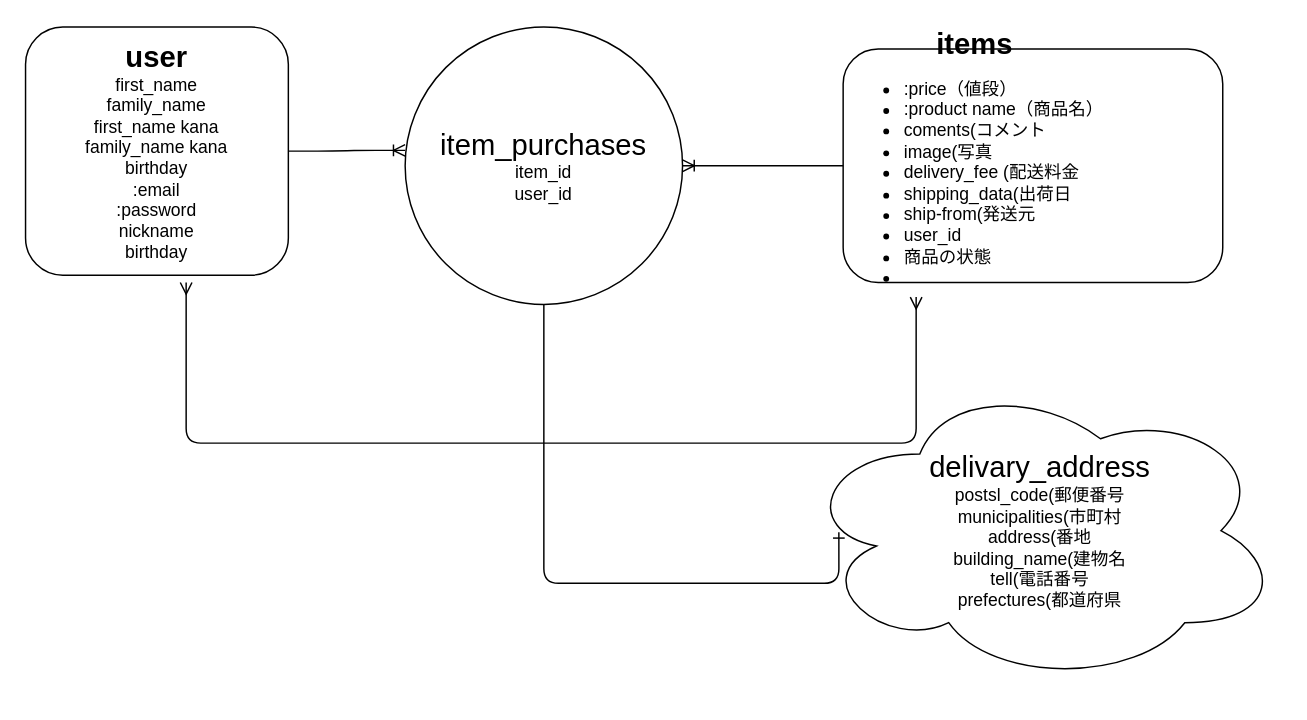
This is ER.drawio from tosihisamitunaga/furima_28378, a draw.io file, before an edit. Source tidied: cells renumbered, new cells numbered last; positions are measured from the earlier drawing's top-left corner, leaving out a move shared by most shapes. Both pictures are drawn from the tidied source at 146%, with x=0, y=0 at pixel (25, 26).
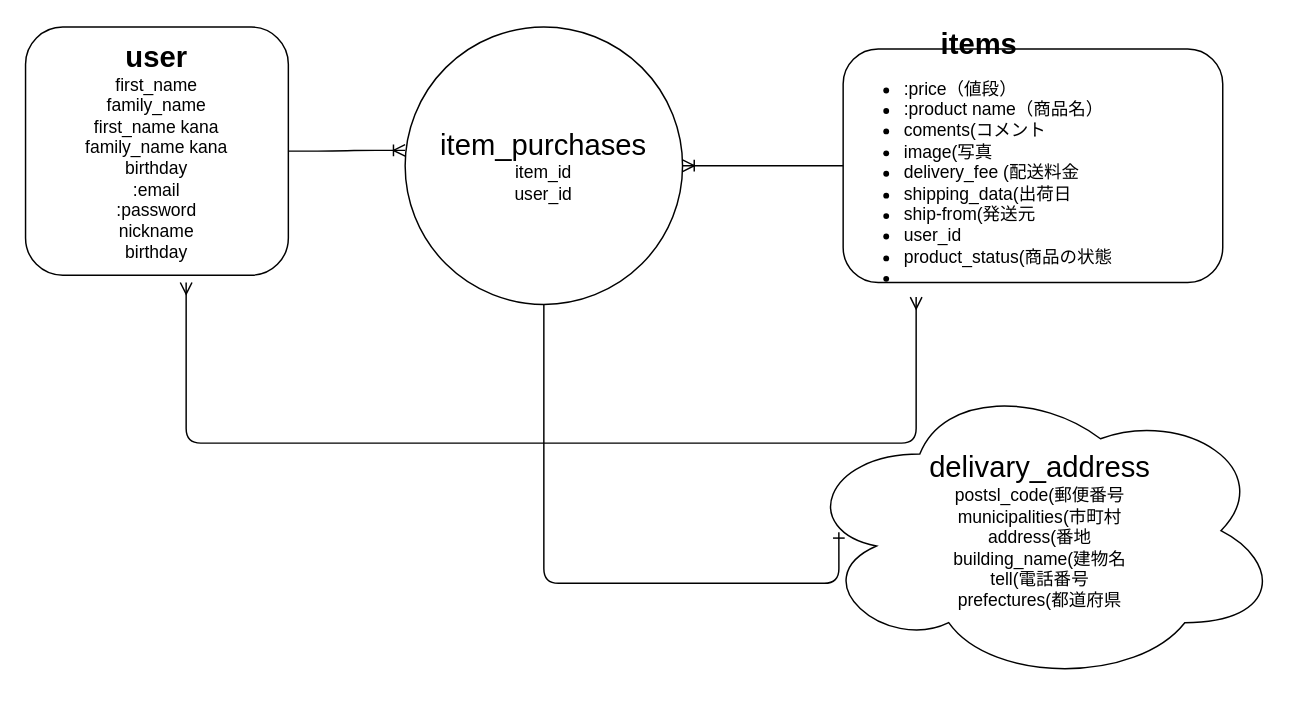
Above is the later version.

Diff of the diagram source:
```diff
@@
 <mxGraphModel>
   <root>
     <mxCell id="0" />
     <mxCell id="1" parent="0" />
     <mxCell id="2" value="&lt;b style=&quot;font-size: 20px&quot;&gt;user&lt;br&gt;&lt;/b&gt;first_name&lt;br&gt;family_name&lt;br&gt;first_name kana&lt;br&gt;family_name kana&lt;br&gt;birthday&lt;br&gt;:email&lt;br&gt;:password&lt;br&gt;nickname&lt;br&gt;birthday" style="rounded=1;whiteSpace=wrap;html=1;" parent="1" vertex="1">
       <mxGeometry width="180" height="170" as="geometry" />
     </mxCell>
     <mxCell id="3" value="&lt;span&gt;&lt;br&gt;&lt;br&gt;&lt;br&gt;&lt;br&gt;&lt;font style=&quot;font-size: 20px&quot;&gt;delivary_address&lt;/font&gt;&lt;br&gt;postsl_code(郵便番号&lt;br&gt;municipalities(市町村&lt;br&gt;address(番地&lt;br&gt;building_name(建物名&lt;br&gt;tell(電話番号&lt;br&gt;prefectures(都道府県&lt;br&gt;&lt;br&gt;&lt;br&gt;&lt;br&gt;&lt;br&gt;&lt;/span&gt;" style="ellipse;shape=cloud;whiteSpace=wrap;html=1;" parent="1" vertex="1">
       <mxGeometry x="530" y="240" width="330" height="210" as="geometry" />
     </mxCell>
-    <mxCell id="4" value="&lt;div style=&quot;text-align: center&quot;&gt;&lt;b&gt;&lt;font style=&quot;font-size: 20px&quot;&gt;items&lt;/font&gt;&lt;/b&gt;&lt;/div&gt;&lt;ul&gt;&lt;li&gt;:price（値段）&lt;/li&gt;&lt;li&gt;:product name（商品名）&lt;/li&gt;&lt;li&gt;coments(コメント&lt;/li&gt;&lt;li&gt;image(写真&lt;/li&gt;&lt;li&gt;delivery_fee (配送料金&lt;/li&gt;&lt;li&gt;shipping_data(出荷日&lt;/li&gt;&lt;li&gt;ship-from(発送元&lt;/li&gt;&lt;li&gt;user_id&lt;/li&gt;&lt;li&gt;商品の状態&lt;/li&gt;&lt;li&gt;&lt;br&gt;&lt;/li&gt;&lt;/ul&gt;" style="rounded=1;whiteSpace=wrap;html=1;align=left;" parent="1" vertex="1">
+    <mxCell id="4" value="&lt;div style=&quot;text-align: center&quot;&gt;&lt;b&gt;&lt;font style=&quot;font-size: 20px&quot;&gt;items&lt;/font&gt;&lt;/b&gt;&lt;/div&gt;&lt;ul&gt;&lt;li&gt;:price（値段）&lt;/li&gt;&lt;li&gt;:product name（商品名）&lt;/li&gt;&lt;li&gt;coments(コメント&lt;/li&gt;&lt;li&gt;image(写真&lt;/li&gt;&lt;li&gt;delivery_fee (配送料金&lt;/li&gt;&lt;li&gt;shipping_data(出荷日&lt;/li&gt;&lt;li&gt;ship-from(発送元&lt;/li&gt;&lt;li&gt;user_id&lt;/li&gt;&lt;li&gt;product_status(商品の状態&lt;/li&gt;&lt;li&gt;&lt;br&gt;&lt;/li&gt;&lt;/ul&gt;" style="rounded=1;whiteSpace=wrap;html=1;align=left;" parent="1" vertex="1">
       <mxGeometry x="560" y="15" width="260" height="160" as="geometry" />
     </mxCell>
     <mxCell id="5" value="&lt;font style=&quot;font-size: 20px&quot;&gt;item_purchases&lt;/font&gt;&lt;br&gt;item_id&lt;br&gt;user_id" style="ellipse;whiteSpace=wrap;html=1;align=center;" parent="1" vertex="1">
       <mxGeometry x="260" width="190" height="190" as="geometry" />
     </mxCell>
     <mxCell id="6" style="fontSize=12;html=1;endArrow=ERoneToMany;" parent="1" edge="1" source="4">
       <mxGeometry relative="1" as="geometry">
         <mxPoint x="450" y="95" as="targetPoint" />
       </mxGeometry>
     </mxCell>
     <mxCell id="7" style="edgeStyle=entityRelationEdgeStyle;fontSize=12;html=1;endArrow=ERoneToMany;" parent="1" edge="1">
       <mxGeometry relative="1" as="geometry">
         <mxPoint x="180" y="85" as="sourcePoint" />
         <mxPoint x="260" y="84.5" as="targetPoint" />
       </mxGeometry>
     </mxCell>
     <mxCell id="8" style="edgeStyle=orthogonalEdgeStyle;fontSize=12;html=1;endArrow=ERmany;startArrow=ERmany;" parent="1" edge="1">
       <mxGeometry relative="1" as="geometry">
         <mxPoint x="110" y="175" as="sourcePoint" />
         <mxPoint x="610" y="185" as="targetPoint" />
         <Array as="points">
           <mxPoint x="110" y="285" />
           <mxPoint x="610" y="285" />
         </Array>
       </mxGeometry>
     </mxCell>
     <mxCell id="9" style="edgeStyle=orthogonalEdgeStyle;fontSize=12;html=1;endArrow=ERone;endFill=1;exitX=0.5;exitY=1;exitDx=0;exitDy=0;entryX=0.082;entryY=0.505;entryDx=0;entryDy=0;entryPerimeter=0;" parent="1" edge="1" source="5" target="3">
       <mxGeometry relative="1" as="geometry">
         <Array as="points">
           <mxPoint x="355" y="381" />
         </Array>
       </mxGeometry>
     </mxCell>
   </root>
 </mxGraphModel>
```
